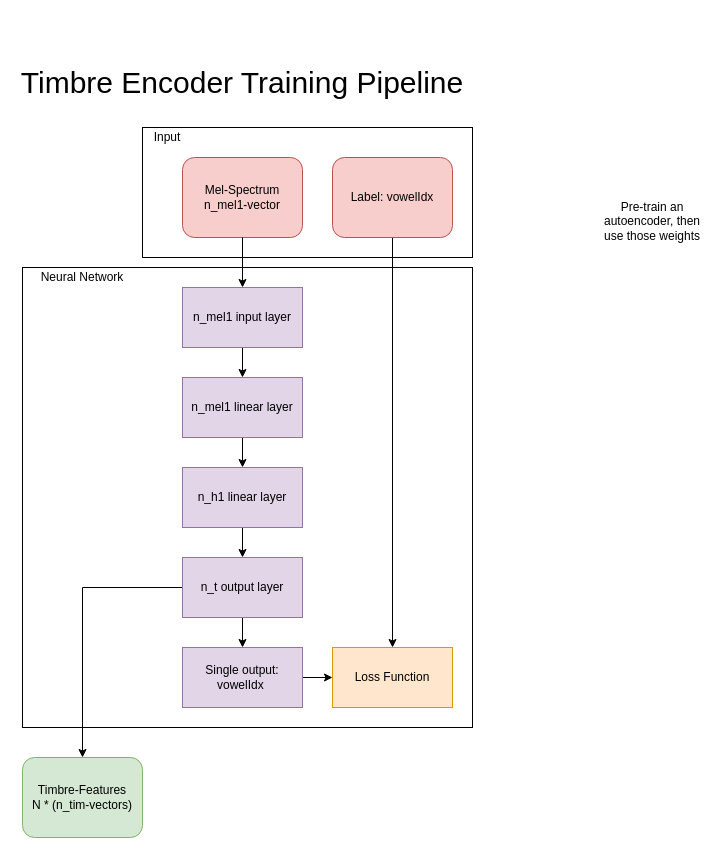
Above: page "Timbre-Enc Training" (2 of 7) of Documentation/Figures/Pipeline.drawio in zioul123/VocalPitchModulator (draw.io), before the change. Source tidied: cells renumbered, new cells numbered last; positions are measured from the earlier drawing's top-left corner, leaving out a move shared by most shapes. Both pictures are drawn from the tidied source at 100%, with x=0, y=0 at pixel (17, 17).
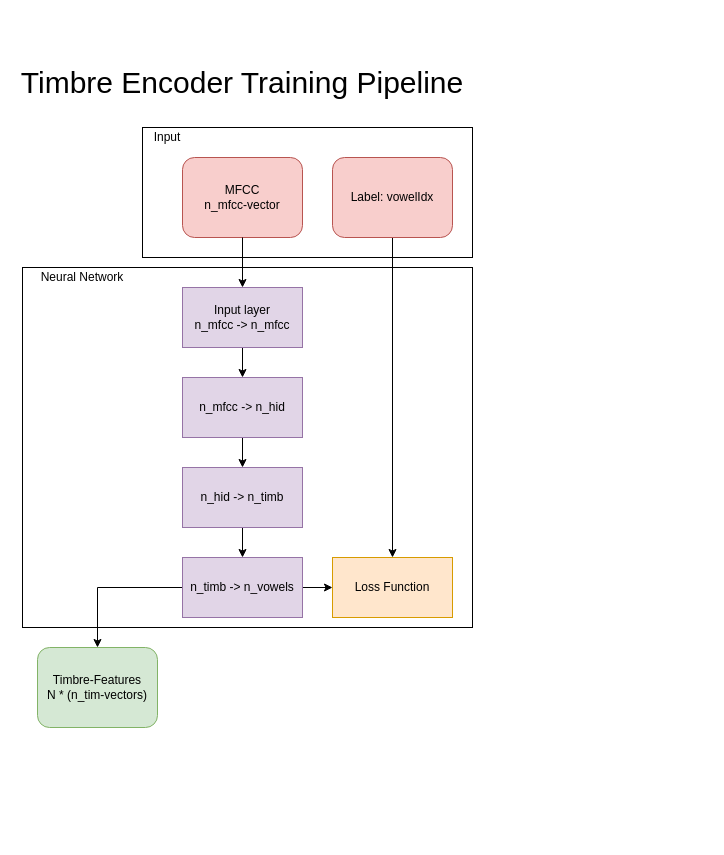
The same diagram, later.

What changed in the source:
```diff
@@
     <mxCell id="3" style="rounded=0;whiteSpace=wrap;html=1;" parent="1" vertex="1">
-      <mxGeometry x="5" y="250" width="450" height="460" as="geometry" />
+      <mxGeometry x="5" y="250" width="450" height="360" as="geometry" />
     </mxCell>
-    <mxCell id="4" value="Mel-Spectrum&lt;br&gt;n_mel1-vector" style="rounded=1;whiteSpace=wrap;html=1;fillColor=#f8cecc;strokeColor=#b85450;" parent="1" vertex="1">
+    <mxCell id="4" value="MFCC&lt;br&gt;n_mfcc-vector" style="rounded=1;whiteSpace=wrap;html=1;fillColor=#f8cecc;strokeColor=#b85450;" parent="1" vertex="1">
       <mxGeometry x="165" y="140" width="120" height="80" as="geometry" />
     </mxCell>
@@
     <mxCell id="6" value="Timbre-Features&lt;br&gt;N * (n_tim-vectors)" style="rounded=1;whiteSpace=wrap;html=1;fillColor=#d5e8d4;strokeColor=#82b366;" parent="1" vertex="1">
-      <mxGeometry x="5" y="740" width="120" height="80" as="geometry" />
+      <mxGeometry x="20" y="630" width="120" height="80" as="geometry" />
     </mxCell>
@@
-    <mxCell id="9" value="n_mel1 input layer" style="rounded=0;whiteSpace=wrap;html=1;fillColor=#e1d5e7;strokeColor=#9673a6;" parent="1" vertex="1">
+    <mxCell id="9" value="Input layer&lt;br&gt;n_mfcc -&amp;gt; n_mfcc" style="rounded=0;whiteSpace=wrap;html=1;fillColor=#e1d5e7;strokeColor=#9673a6;" parent="1" vertex="1">
       <mxGeometry x="165" y="270" width="120" height="60" as="geometry" />
     </mxCell>
@@
-    <mxCell id="12" value="n_mel1 linear layer" style="rounded=0;whiteSpace=wrap;html=1;fillColor=#e1d5e7;strokeColor=#9673a6;" parent="1" vertex="1">
+    <mxCell id="12" value="n_mfcc -&amp;gt; n_hid" style="rounded=0;whiteSpace=wrap;html=1;fillColor=#e1d5e7;strokeColor=#9673a6;" parent="1" vertex="1">
       <mxGeometry x="165" y="360" width="120" height="60" as="geometry" />
     </mxCell>
@@
-    <mxCell id="14" value="n_h1 linear layer" style="rounded=0;whiteSpace=wrap;html=1;fillColor=#e1d5e7;strokeColor=#9673a6;" parent="1" vertex="1">
+    <mxCell id="14" value="n_hid -&amp;gt; n_timb" style="rounded=0;whiteSpace=wrap;html=1;fillColor=#e1d5e7;strokeColor=#9673a6;" parent="1" vertex="1">
       <mxGeometry x="165" y="450" width="120" height="60" as="geometry" />
     </mxCell>
@@
-    <mxCell id="16" style="edgeStyle=orthogonalEdgeStyle;rounded=0;jettySize=auto;html=1;entryX=0.5;entryY=0;entryDx=0;entryDy=0;" parent="1" edge="1" source="17" target="19">
-      <mxGeometry relative="1" as="geometry" />
-    </mxCell>
+    <mxCell id="25" style="edgeStyle=orthogonalEdgeStyle;rounded=0;jettySize=auto;html=1;entryX=0;entryY=0.5;entryDx=0;entryDy=0;" parent="1" edge="1" source="17" target="22">
+      <mxGeometry relative="1" as="geometry" />
+    </mxCell>
-    <mxCell id="17" value="n_t output layer" style="rounded=0;whiteSpace=wrap;html=1;fillColor=#e1d5e7;strokeColor=#9673a6;" parent="1" vertex="1">
+    <mxCell id="17" value="n_timb -&amp;gt; n_vowels" style="rounded=0;whiteSpace=wrap;html=1;fillColor=#e1d5e7;strokeColor=#9673a6;" parent="1" vertex="1">
       <mxGeometry x="165" y="540" width="120" height="60" as="geometry" />
     </mxCell>
-    <mxCell id="18" style="edgeStyle=orthogonalEdgeStyle;rounded=0;jettySize=auto;html=1;entryX=0;entryY=0.5;entryDx=0;entryDy=0;" parent="1" edge="1" source="19" target="22">
-      <mxGeometry relative="1" as="geometry" />
-    </mxCell>
-    <mxCell id="19" value="Single output: vowelIdx&amp;nbsp;" style="rounded=0;whiteSpace=wrap;html=1;fillColor=#e1d5e7;strokeColor=#9673a6;" parent="1" vertex="1">
-      <mxGeometry x="165" y="630" width="120" height="60" as="geometry" />
-    </mxCell>
@@
     <mxCell id="22" value="Loss Function" style="rounded=0;whiteSpace=wrap;html=1;fillColor=#ffe6cc;strokeColor=#d79b00;" parent="1" vertex="1">
-      <mxGeometry x="315" y="630" width="120" height="60" as="geometry" />
+      <mxGeometry x="315" y="540" width="120" height="60" as="geometry" />
     </mxCell>
@@
-    <mxCell id="24" value="Pre-train an autoencoder, then use those weights" style="text;html=1;strokeColor=none;fillColor=none;align=center;verticalAlign=middle;whiteSpace=wrap;rounded=0;" parent="1" vertex="1">
-      <mxGeometry x="580" y="147.5" width="110" height="112.5" as="geometry" />
-    </mxCell>
```
